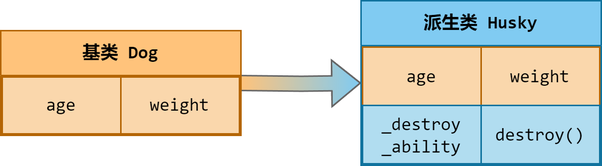
Before: images/generalized_parts/09_built_in_base_class_object_in_derived_class.drawio.png, a diagram exported from draw.io (cppHusky/cppHusky-cpp-Tutorial). Source tidied: cells renumbered, new cells last; positions are measured from the earlier drawing's top-left corner, leaving out a move shared by most shapes.
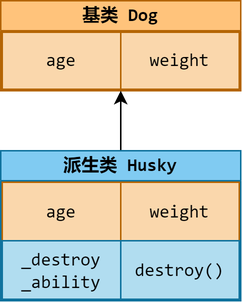
The same diagram one commit later.

The edit, as a diff of the source:
```diff
@@ -1,35 +1,33 @@
-<mxGraphModel>
+<mxGraphModel background="#ffffff">
   <root>
     <mxCell id="0" />
     <mxCell id="1" parent="0" />
-    <mxCell id="2" style="edgeStyle=orthogonalEdgeStyle;rounded=0;jettySize=auto;html=1;shape=flexArrow;strokeColor=#666666;fillColor=#FFC37B;gradientColor=#80CBF2;gradientDirection=east;" parent="1" edge="1" target="6">
-      <mxGeometry relative="1" as="geometry">
-        <mxPoint x="159" y="55" as="sourcePoint" />
-      </mxGeometry>
-    </mxCell>
-    <mxCell id="3" value="&lt;font face=&quot;consolas&quot;&gt;基类 Dog&lt;/font&gt;" style="swimlane;whiteSpace=wrap;html=1;startSize=30;fillColor=#FFC37B;strokeColor=#b46504;" parent="1" vertex="1">
-      <mxGeometry y="20" width="160" height="70" as="geometry" />
+    <mxCell id="3" value="&lt;font face=&quot;consolas&quot;&gt;基类 Dog&lt;/font&gt;" style="swimlane;whiteSpace=wrap;html=1;startSize=20;fillColor=#FFC37B;strokeColor=#b46504;" parent="1" vertex="1">
+      <mxGeometry x="100" y="-90" width="160" height="60" as="geometry" />
     </mxCell>
     <mxCell id="4" value="&lt;font face=&quot;consolas&quot;&gt;age&lt;/font&gt;" style="rounded=0;whiteSpace=wrap;html=1;fillColor=#fad7ac;strokeColor=#b46504;" parent="3" vertex="1">
-      <mxGeometry x="1" y="31" width="79" height="38" as="geometry" />
+      <mxGeometry x="1" y="21" width="79" height="38" as="geometry" />
     </mxCell>
     <mxCell id="5" value="&lt;font face=&quot;consolas&quot;&gt;weight&lt;/font&gt;" style="rounded=0;whiteSpace=wrap;html=1;fillColor=#fad7ac;strokeColor=#b46504;" parent="3" vertex="1">
-      <mxGeometry x="80" y="31" width="79" height="38" as="geometry" />
+      <mxGeometry x="80" y="21" width="79" height="38" as="geometry" />
     </mxCell>
+    <mxCell id="11" style="edgeStyle=orthogonalEdgeStyle;rounded=0;jettySize=auto;html=1;" parent="1" edge="1" source="6" target="3">
+      <mxGeometry relative="1" as="geometry" />
+    </mxCell>
-    <mxCell id="6" value="&lt;font face=&quot;consolas&quot;&gt;派生类 Husky&lt;/font&gt;" style="swimlane;whiteSpace=wrap;html=1;startSize=30;fillColor=#80CBF2;strokeColor=#10739e;" parent="1" vertex="1">
-      <mxGeometry x="240" width="160" height="110" as="geometry" />
+    <mxCell id="6" value="&lt;font face=&quot;consolas&quot;&gt;派生类 Husky&lt;/font&gt;" style="swimlane;whiteSpace=wrap;html=1;startSize=20;fillColor=#80CBF2;strokeColor=#10739e;" parent="1" vertex="1">
+      <mxGeometry x="100" y="10" width="160" height="100" as="geometry" />
     </mxCell>
     <mxCell id="7" value="&lt;font face=&quot;consolas&quot;&gt;age&lt;/font&gt;" style="rounded=0;whiteSpace=wrap;html=1;fillColor=#fad7ac;strokeColor=#b46504;" parent="6" vertex="1">
-      <mxGeometry x="1" y="31" width="79" height="39" as="geometry" />
+      <mxGeometry x="1" y="21" width="79" height="39" as="geometry" />
     </mxCell>
     <mxCell id="8" value="&lt;font face=&quot;consolas&quot;&gt;weight&lt;/font&gt;" style="rounded=0;whiteSpace=wrap;html=1;fillColor=#fad7ac;strokeColor=#b46504;" parent="6" vertex="1">
-      <mxGeometry x="80" y="31" width="79" height="39" as="geometry" />
+      <mxGeometry x="80" y="21" width="79" height="39" as="geometry" />
     </mxCell>
     <mxCell id="9" value="&lt;font face=&quot;consolas&quot;&gt;destroy()&lt;/font&gt;" style="rounded=0;whiteSpace=wrap;html=1;fillColor=#b1ddf0;strokeColor=#10739e;" parent="6" vertex="1">
-      <mxGeometry x="80" y="70" width="79" height="39" as="geometry" />
+      <mxGeometry x="80" y="60" width="79" height="39" as="geometry" />
     </mxCell>
     <mxCell id="10" value="&lt;font face=&quot;consolas&quot;&gt;_destroy&lt;br&gt;_ability&lt;br&gt;&lt;/font&gt;" style="rounded=0;whiteSpace=wrap;html=1;fillColor=#b1ddf0;strokeColor=#10739e;" parent="6" vertex="1">
-      <mxGeometry x="1" y="70" width="79" height="39" as="geometry" />
+      <mxGeometry x="1" y="60" width="79" height="39" as="geometry" />
     </mxCell>
   </root>
 </mxGraphModel>
```
